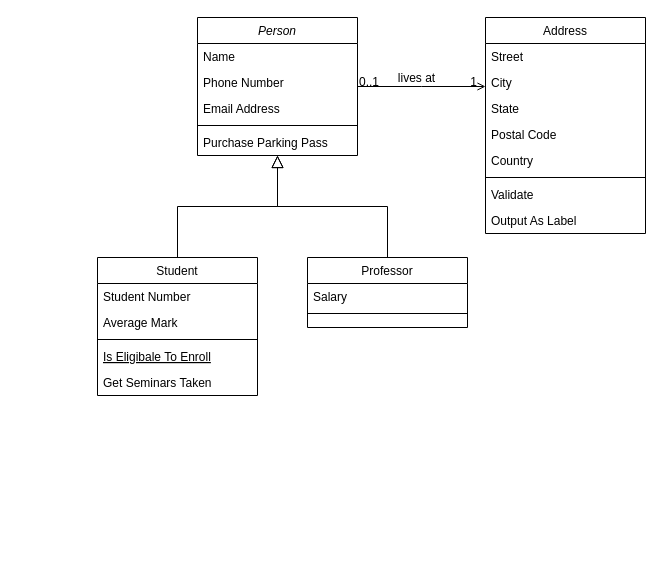
Above: Untitled Diagram.drawio in pgcertprojects/92249group7 (draw.io), before the change. Source tidied: cells renumbered, new cells numbered last; positions are measured from the earlier drawing's top-left corner, leaving out a move shared by most shapes. Both pictures are drawn from the tidied source at 100%, with x=0, y=0 at pixel (97, 17).
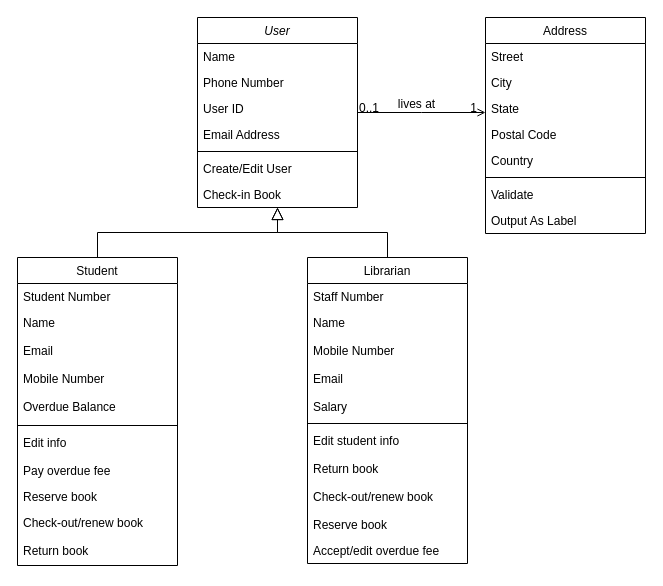
Above is the later version.

Diff of the diagram source:
```diff
@@
-    <mxCell id="2" value="Person" style="swimlane;fontStyle=2;align=center;verticalAlign=top;horizontal=1;startSize=26;rounded=0;shadow=0;strokeWidth=1;" parent="1" vertex="1">
-      <mxGeometry x="100" width="160" height="138" as="geometry" />
+    <mxCell id="2" value="User" style="swimlane;fontStyle=2;align=center;verticalAlign=top;horizontal=1;startSize=26;rounded=0;shadow=0;strokeWidth=1;" parent="1" vertex="1">
+      <mxGeometry x="100" width="160" height="190" as="geometry" />
     </mxCell>
@@
+    <mxCell id="32" value="User ID" style="text;align=left;verticalAlign=top;spacingLeft=4;spacingRight=4;overflow=hidden;rounded=0;shadow=0;html=0;" parent="2" vertex="1">
+      <mxGeometry y="78" width="160" height="26" as="geometry" />
+    </mxCell>
     <mxCell id="5" value="Email Address" style="text;align=left;verticalAlign=top;spacingLeft=4;spacingRight=4;overflow=hidden;rounded=0;shadow=0;html=0;" parent="2" vertex="1">
-      <mxGeometry y="78" width="160" height="26" as="geometry" />
+      <mxGeometry y="104" width="160" height="26" as="geometry" />
     </mxCell>
     <mxCell id="6" style="line;html=1;strokeWidth=1;align=left;verticalAlign=middle;spacingTop=-1;spacingLeft=3;spacingRight=3;labelPosition=right;" parent="2" vertex="1">
-      <mxGeometry y="104" width="160" height="8" as="geometry" />
+      <mxGeometry y="130" width="160" height="8" as="geometry" />
     </mxCell>
-    <mxCell id="7" value="Purchase Parking Pass" style="text;align=left;verticalAlign=top;spacingLeft=4;spacingRight=4;overflow=hidden;" parent="2" vertex="1">
-      <mxGeometry y="112" width="160" height="26" as="geometry" />
+    <mxCell id="7" value="Create/Edit User" style="text;align=left;verticalAlign=top;spacingLeft=4;spacingRight=4;overflow=hidden;" parent="2" vertex="1">
+      <mxGeometry y="138" width="160" height="26" as="geometry" />
     </mxCell>
+    <mxCell id="33" value="Check-in Book" style="text;align=left;verticalAlign=top;spacingLeft=4;spacingRight=4;overflow=hidden;" parent="2" vertex="1">
+      <mxGeometry y="164" width="160" height="26" as="geometry" />
+    </mxCell>
     <mxCell id="8" value="Student" style="swimlane;fontStyle=0;align=center;verticalAlign=top;horizontal=1;startSize=26;rounded=0;shadow=0;strokeWidth=1;" parent="1" vertex="1">
-      <mxGeometry y="240" width="160" height="138" as="geometry" />
+      <mxGeometry x="-80" y="240" width="160" height="308" as="geometry" />
     </mxCell>
@@
-    <mxCell id="10" value="Average Mark" style="text;align=left;verticalAlign=top;spacingLeft=4;spacingRight=4;overflow=hidden;rounded=0;shadow=0;html=0;" parent="8" vertex="1">
-      <mxGeometry y="52" width="160" height="26" as="geometry" />
+    <mxCell id="10" value="Name" style="text;align=left;verticalAlign=top;spacingLeft=4;spacingRight=4;overflow=hidden;rounded=0;shadow=0;html=0;" parent="8" vertex="1">
+      <mxGeometry y="52" width="160" height="28" as="geometry" />
     </mxCell>
+    <mxCell id="34" value="Email" style="text;align=left;verticalAlign=top;spacingLeft=4;spacingRight=4;overflow=hidden;rounded=0;shadow=0;html=0;" parent="8" vertex="1">
+      <mxGeometry y="80" width="160" height="28" as="geometry" />
+    </mxCell>
+    <mxCell id="35" value="Mobile Number" style="text;align=left;verticalAlign=top;spacingLeft=4;spacingRight=4;overflow=hidden;rounded=0;shadow=0;html=0;" parent="8" vertex="1">
+      <mxGeometry y="108" width="160" height="28" as="geometry" />
+    </mxCell>
+    <mxCell id="36" value="Overdue Balance" style="text;align=left;verticalAlign=top;spacingLeft=4;spacingRight=4;overflow=hidden;rounded=0;shadow=0;html=0;" parent="8" vertex="1">
+      <mxGeometry y="136" width="160" height="28" as="geometry" />
+    </mxCell>
     <mxCell id="11" style="line;html=1;strokeWidth=1;align=left;verticalAlign=middle;spacingTop=-1;spacingLeft=3;spacingRight=3;labelPosition=right;" parent="8" vertex="1">
-      <mxGeometry y="78" width="160" height="8" as="geometry" />
+      <mxGeometry y="164" width="160" height="8" as="geometry" />
     </mxCell>
+    <mxCell id="37" value="Edit info" style="text;align=left;verticalAlign=top;spacingLeft=4;spacingRight=4;overflow=hidden;rounded=0;shadow=0;html=0;" parent="8" vertex="1">
+      <mxGeometry y="172" width="160" height="28" as="geometry" />
+    </mxCell>
-    <mxCell id="12" value="Is Eligibale To Enroll" style="text;align=left;verticalAlign=top;spacingLeft=4;spacingRight=4;overflow=hidden;fontStyle=4;" parent="8" vertex="1">
-      <mxGeometry y="86" width="160" height="26" as="geometry" />
+    <mxCell id="12" value="Pay overdue fee" style="text;align=left;verticalAlign=top;spacingLeft=4;spacingRight=4;overflow=hidden;fontStyle=0;" parent="8" vertex="1">
+      <mxGeometry y="200" width="160" height="26" as="geometry" />
     </mxCell>
-    <mxCell id="13" value="Get Seminars Taken" style="text;align=left;verticalAlign=top;spacingLeft=4;spacingRight=4;overflow=hidden;" parent="8" vertex="1">
-      <mxGeometry y="112" width="160" height="26" as="geometry" />
+    <mxCell id="13" value="Reserve book" style="text;align=left;verticalAlign=top;spacingLeft=4;spacingRight=4;overflow=hidden;" parent="8" vertex="1">
+      <mxGeometry y="226" width="160" height="26" as="geometry" />
     </mxCell>
+    <mxCell id="38" value="Check-out/renew book" style="text;align=left;verticalAlign=top;spacingLeft=4;spacingRight=4;overflow=hidden;rounded=0;shadow=0;html=0;" parent="8" vertex="1">
+      <mxGeometry y="252" width="160" height="28" as="geometry" />
+    </mxCell>
+    <mxCell id="39" value="Return book" style="text;align=left;verticalAlign=top;spacingLeft=4;spacingRight=4;overflow=hidden;rounded=0;shadow=0;html=0;" parent="8" vertex="1">
+      <mxGeometry y="280" width="160" height="28" as="geometry" />
+    </mxCell>
@@
-    <mxCell id="15" value="Professor" style="swimlane;fontStyle=0;align=center;verticalAlign=top;horizontal=1;startSize=26;rounded=0;shadow=0;strokeWidth=1;" parent="1" vertex="1">
-      <mxGeometry x="210" y="240" width="160" height="70" as="geometry" />
+    <mxCell id="15" value="Librarian" style="swimlane;fontStyle=0;align=center;verticalAlign=top;horizontal=1;startSize=26;rounded=0;shadow=0;strokeWidth=1;" parent="1" vertex="1">
+      <mxGeometry x="210" y="240" width="160" height="306" as="geometry" />
     </mxCell>
+    <mxCell id="40" value="Staff Number" style="text;align=left;verticalAlign=top;spacingLeft=4;spacingRight=4;overflow=hidden;" parent="15" vertex="1">
+      <mxGeometry y="26" width="160" height="26" as="geometry" />
+    </mxCell>
+    <mxCell id="41" value="Name" style="text;align=left;verticalAlign=top;spacingLeft=4;spacingRight=4;overflow=hidden;rounded=0;shadow=0;html=0;" parent="15" vertex="1">
+      <mxGeometry y="52" width="160" height="28" as="geometry" />
+    </mxCell>
+    <mxCell id="42" value="Mobile Number" style="text;align=left;verticalAlign=top;spacingLeft=4;spacingRight=4;overflow=hidden;rounded=0;shadow=0;html=0;" parent="15" vertex="1">
+      <mxGeometry y="80" width="160" height="28" as="geometry" />
+    </mxCell>
+    <mxCell id="43" value="Email" style="text;align=left;verticalAlign=top;spacingLeft=4;spacingRight=4;overflow=hidden;rounded=0;shadow=0;html=0;" parent="15" vertex="1">
+      <mxGeometry y="108" width="160" height="28" as="geometry" />
+    </mxCell>
     <mxCell id="16" value="Salary" style="text;align=left;verticalAlign=top;spacingLeft=4;spacingRight=4;overflow=hidden;" parent="15" vertex="1">
-      <mxGeometry y="26" width="160" height="26" as="geometry" />
+      <mxGeometry y="136" width="160" height="26" as="geometry" />
     </mxCell>
     <mxCell id="17" style="line;html=1;strokeWidth=1;align=left;verticalAlign=middle;spacingTop=-1;spacingLeft=3;spacingRight=3;labelPosition=right;" parent="15" vertex="1">
-      <mxGeometry y="52" width="160" height="8" as="geometry" />
+      <mxGeometry y="162" width="160" height="8" as="geometry" />
     </mxCell>
+    <mxCell id="44" value="Edit student info" style="text;align=left;verticalAlign=top;spacingLeft=4;spacingRight=4;overflow=hidden;rounded=0;shadow=0;html=0;" parent="15" vertex="1">
+      <mxGeometry y="170" width="160" height="28" as="geometry" />
+    </mxCell>
+    <mxCell id="45" value="Return book" style="text;align=left;verticalAlign=top;spacingLeft=4;spacingRight=4;overflow=hidden;rounded=0;shadow=0;html=0;" parent="15" vertex="1">
+      <mxGeometry y="198" width="160" height="28" as="geometry" />
+    </mxCell>
+    <mxCell id="46" value="Check-out/renew book" style="text;align=left;verticalAlign=top;spacingLeft=4;spacingRight=4;overflow=hidden;rounded=0;shadow=0;html=0;" parent="15" vertex="1">
+      <mxGeometry y="226" width="160" height="28" as="geometry" />
+    </mxCell>
+    <mxCell id="47" value="Reserve book" style="text;align=left;verticalAlign=top;spacingLeft=4;spacingRight=4;overflow=hidden;" parent="15" vertex="1">
+      <mxGeometry y="254" width="160" height="26" as="geometry" />
+    </mxCell>
+    <mxCell id="48" value="Accept/edit overdue fee" style="text;align=left;verticalAlign=top;spacingLeft=4;spacingRight=4;overflow=hidden;fontStyle=0;" parent="15" vertex="1">
+      <mxGeometry y="280" width="160" height="26" as="geometry" />
+    </mxCell>
```
